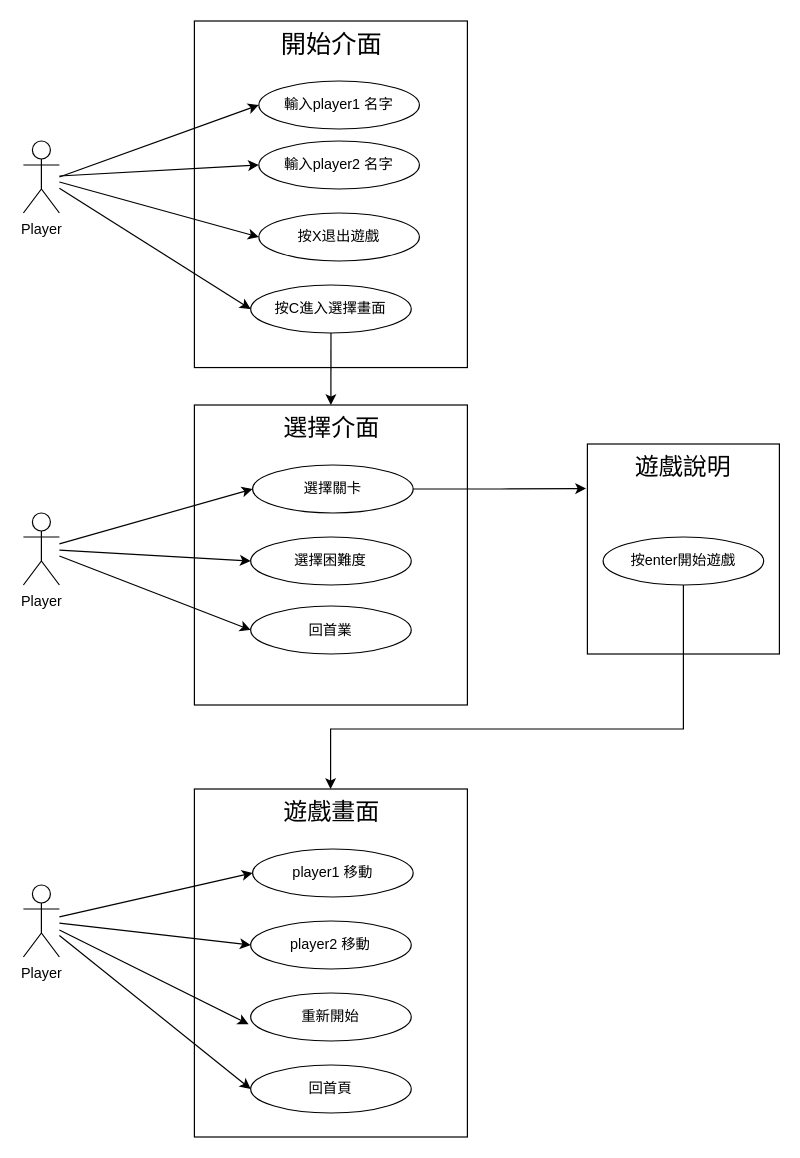
This is Untitled Diagram.drawio from CHUN983/nuk_assembly_project, a draw.io file, before an edit. Source tidied: cells renumbered, new cells numbered last; positions are measured from the earlier drawing's top-left corner, leaving out a move shared by most shapes. Both pictures are drawn from the tidied source at 120%, with x=0, y=0 at pixel (23, 20).
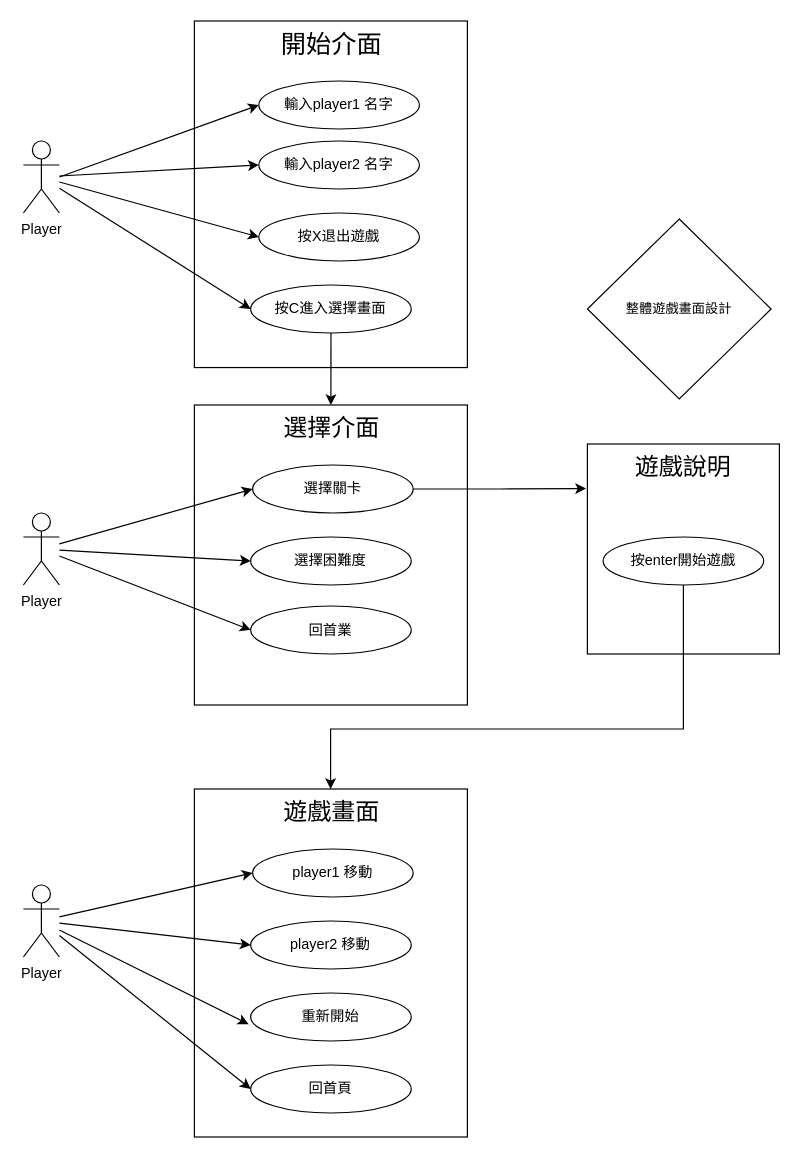
The same diagram, later.

Diff of the diagram source:
```diff
@@
+    <mxCell id="35" value="整體遊戲畫面設計" style="rhombus;whiteSpace=wrap;html=1;fontFamily=Helvetica;fontSize=11;fontColor=default;labelBackgroundColor=default;" parent="1" vertex="1">
+      <mxGeometry x="470" y="165" width="153.1" height="150" as="geometry" />
+    </mxCell>
```
